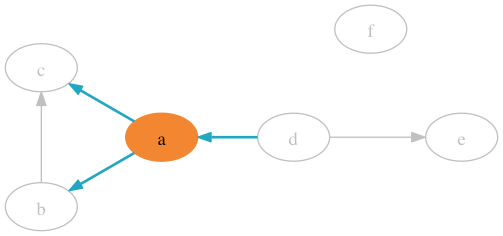
Earlier version of the Graphviz export doc/eeit.dot.png (sdboyer/gogl). Its source is kept beside it as doc/eeit.dot.
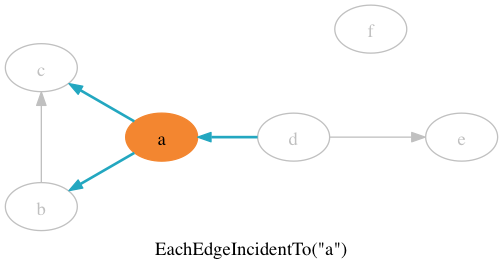
The same diagram one commit later.

Diff of the diagram source:
```diff
@@ -8,4 +8,5 @@
 	d -> e;
   a [fontcolor="black",style=filled,color="#F38630"];
   f;
+  label="EachEdgeIncidentTo(\"a\")"
 }
```
